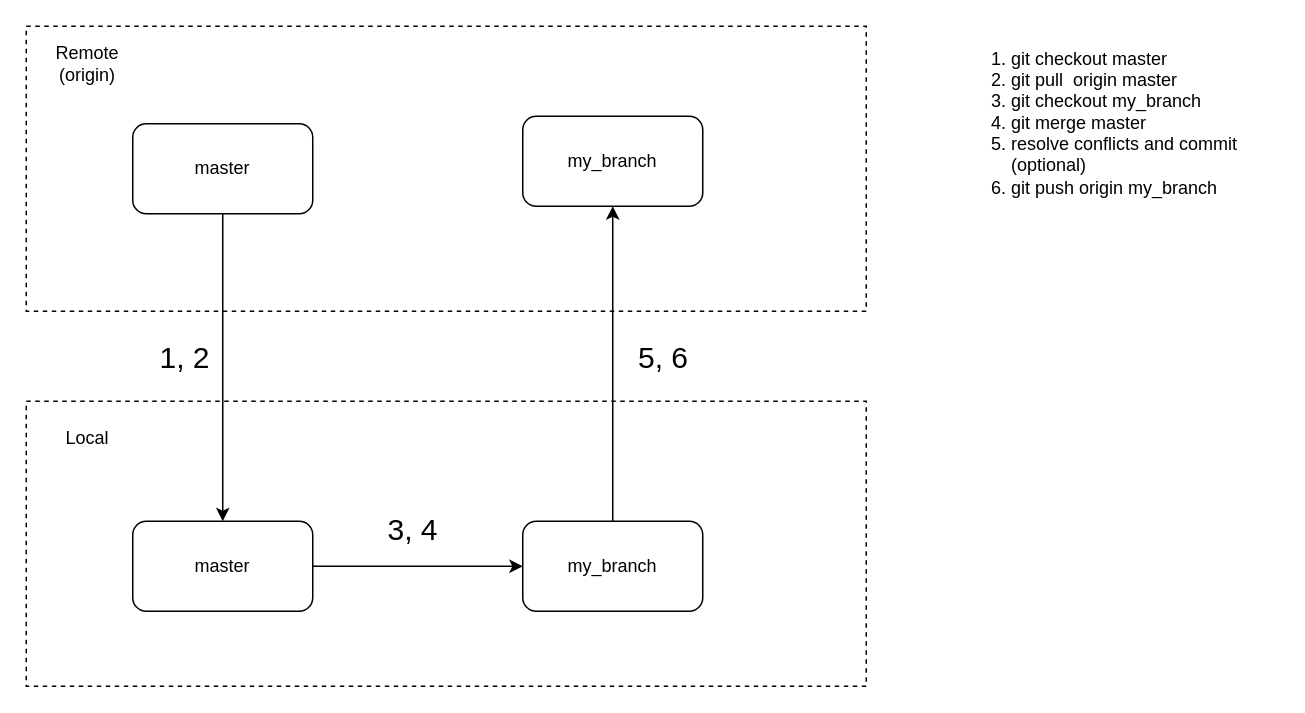
rzvpop/diagrams keeps this draw.io diagram as bring_git_branch_to_date.drawio. Above is the earlier version. Source tidied: cells renumbered, new cells numbered last; positions are measured from the earlier drawing's top-left corner, leaving out a move shared by most shapes. Both pictures are drawn from the tidied source at 150%, with x=0, y=0 at pixel (26, 26).
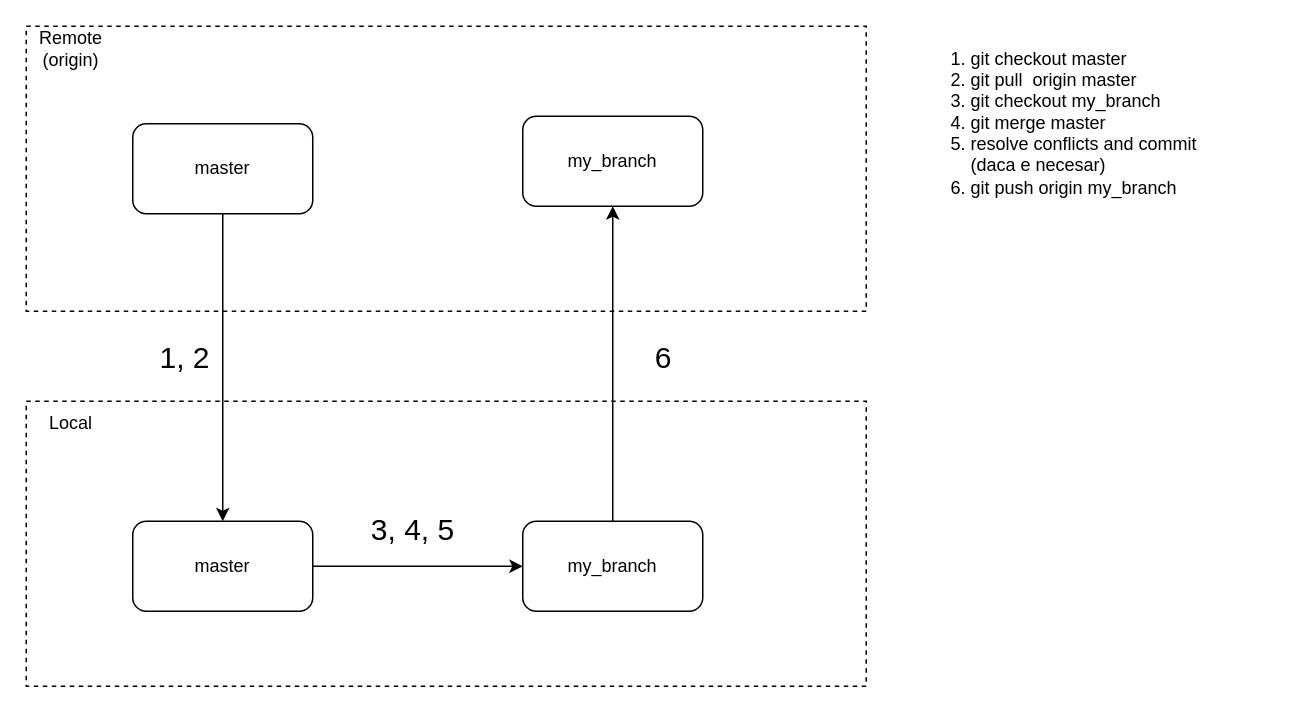
The same diagram, later.

What changed in the source:
```diff
@@
 <mxGraphModel>
   <root>
     <mxCell id="0" />
     <mxCell id="1" parent="0" />
     <mxCell id="2" style="rounded=0;whiteSpace=wrap;html=1;dashed=1;" parent="1" vertex="1">
       <mxGeometry width="560" height="190" as="geometry" />
     </mxCell>
     <mxCell id="3" style="rounded=0;whiteSpace=wrap;html=1;dashed=1;" parent="1" vertex="1">
       <mxGeometry y="250" width="560" height="190" as="geometry" />
     </mxCell>
     <mxCell id="4" value="master" style="rounded=1;whiteSpace=wrap;html=1;" parent="1" vertex="1">
       <mxGeometry x="71" y="65" width="120" height="60" as="geometry" />
     </mxCell>
     <mxCell id="5" value="master" style="rounded=1;whiteSpace=wrap;html=1;" parent="1" vertex="1">
       <mxGeometry x="71" y="330" width="120" height="60" as="geometry" />
     </mxCell>
     <mxCell id="6" value="my_branch" style="rounded=1;whiteSpace=wrap;html=1;" parent="1" vertex="1">
       <mxGeometry x="331" y="330" width="120" height="60" as="geometry" />
     </mxCell>
     <mxCell id="7" value="my_branch" style="rounded=1;whiteSpace=wrap;html=1;" parent="1" vertex="1">
       <mxGeometry x="331" y="60" width="120" height="60" as="geometry" />
     </mxCell>
     <mxCell id="8" value="Remote (origin)" style="text;html=1;align=center;verticalAlign=middle;whiteSpace=wrap;rounded=0;" parent="1" vertex="1">
-      <mxGeometry x="11" y="10" width="60" height="30" as="geometry" />
+      <mxGeometry width="60" height="30" as="geometry" />
     </mxCell>
     <mxCell id="9" value="Local" style="text;html=1;align=center;verticalAlign=middle;whiteSpace=wrap;rounded=0;" parent="1" vertex="1">
-      <mxGeometry x="11" y="260" width="60" height="30" as="geometry" />
+      <mxGeometry y="250" width="60" height="30" as="geometry" />
     </mxCell>
     <mxCell id="10" style="endArrow=classic;html=1;rounded=0;exitX=0.5;exitY=1;exitDx=0;exitDy=0;" parent="1" edge="1" source="4" target="5">
       <mxGeometry relative="1" as="geometry" />
     </mxCell>
     <mxCell id="11" value="&lt;font style=&quot;font-size: 20px;&quot;&gt;1, 2&lt;/font&gt;" style="text;html=1;align=center;verticalAlign=middle;whiteSpace=wrap;rounded=0;" parent="1" vertex="1">
       <mxGeometry x="86" y="200" width="40" height="40" as="geometry" />
     </mxCell>
     <mxCell id="12" style="endArrow=classic;html=1;rounded=0;exitX=1;exitY=0.5;exitDx=0;exitDy=0;entryX=0;entryY=0.5;entryDx=0;entryDy=0;" parent="1" edge="1" source="5" target="6">
       <mxGeometry relative="1" as="geometry" />
     </mxCell>
-    <mxCell id="13" value="&lt;font style=&quot;font-size: 20px;&quot;&gt;3, 4&lt;/font&gt;" style="text;html=1;align=center;verticalAlign=middle;whiteSpace=wrap;rounded=0;" parent="1" vertex="1">
+    <mxCell id="13" value="&lt;font style=&quot;font-size: 20px;&quot;&gt;3, 4, 5&lt;/font&gt;" style="text;html=1;align=center;verticalAlign=middle;whiteSpace=wrap;rounded=0;" parent="1" vertex="1">
       <mxGeometry x="228" y="320" width="60" height="30" as="geometry" />
     </mxCell>
-    <mxCell id="14" value="&lt;ol&gt;&lt;li&gt;git checkout master&lt;/li&gt;&lt;li&gt;git pull&amp;nbsp; origin master&lt;/li&gt;&lt;li&gt;git checkout my_branch&lt;/li&gt;&lt;li&gt;git merge master&lt;/li&gt;&lt;li&gt;resolve conflicts and commit (optional)&lt;/li&gt;&lt;li&gt;git push origin my_branch&lt;/li&gt;&lt;/ol&gt;" style="text;strokeColor=none;fillColor=none;html=1;whiteSpace=wrap;verticalAlign=middle;overflow=hidden;" parent="1" vertex="1">
-      <mxGeometry x="615" width="220" height="120" as="geometry" />
+    <mxCell id="14" value="&lt;ol&gt;&lt;li&gt;git checkout master&lt;/li&gt;&lt;li&gt;git pull&amp;nbsp; origin master&lt;/li&gt;&lt;li&gt;git checkout my_branch&lt;/li&gt;&lt;li&gt;git merge master&lt;/li&gt;&lt;li&gt;resolve conflicts and commit (daca e necesar)&lt;/li&gt;&lt;li&gt;git push origin my_branch&lt;/li&gt;&lt;/ol&gt;" style="text;strokeColor=none;fillColor=none;html=1;whiteSpace=wrap;verticalAlign=middle;overflow=hidden;" parent="1" vertex="1">
+      <mxGeometry x="588" width="220" height="120" as="geometry" />
     </mxCell>
     <mxCell id="15" style="endArrow=classic;html=1;rounded=0;exitX=0.5;exitY=0;exitDx=0;exitDy=0;entryX=0.5;entryY=1;entryDx=0;entryDy=0;" parent="1" edge="1" source="6" target="7">
       <mxGeometry relative="1" as="geometry" />
     </mxCell>
-    <mxCell id="16" value="&lt;font style=&quot;font-size: 20px;&quot;&gt;5, 6&lt;/font&gt;" style="text;html=1;align=center;verticalAlign=middle;whiteSpace=wrap;rounded=0;" parent="1" vertex="1">
+    <mxCell id="16" value="&lt;font style=&quot;font-size: 20px;&quot;&gt;6&lt;/font&gt;" style="text;html=1;align=center;verticalAlign=middle;whiteSpace=wrap;rounded=0;" parent="1" vertex="1">
       <mxGeometry x="405" y="200" width="40" height="40" as="geometry" />
     </mxCell>
   </root>
 </mxGraphModel>
```
